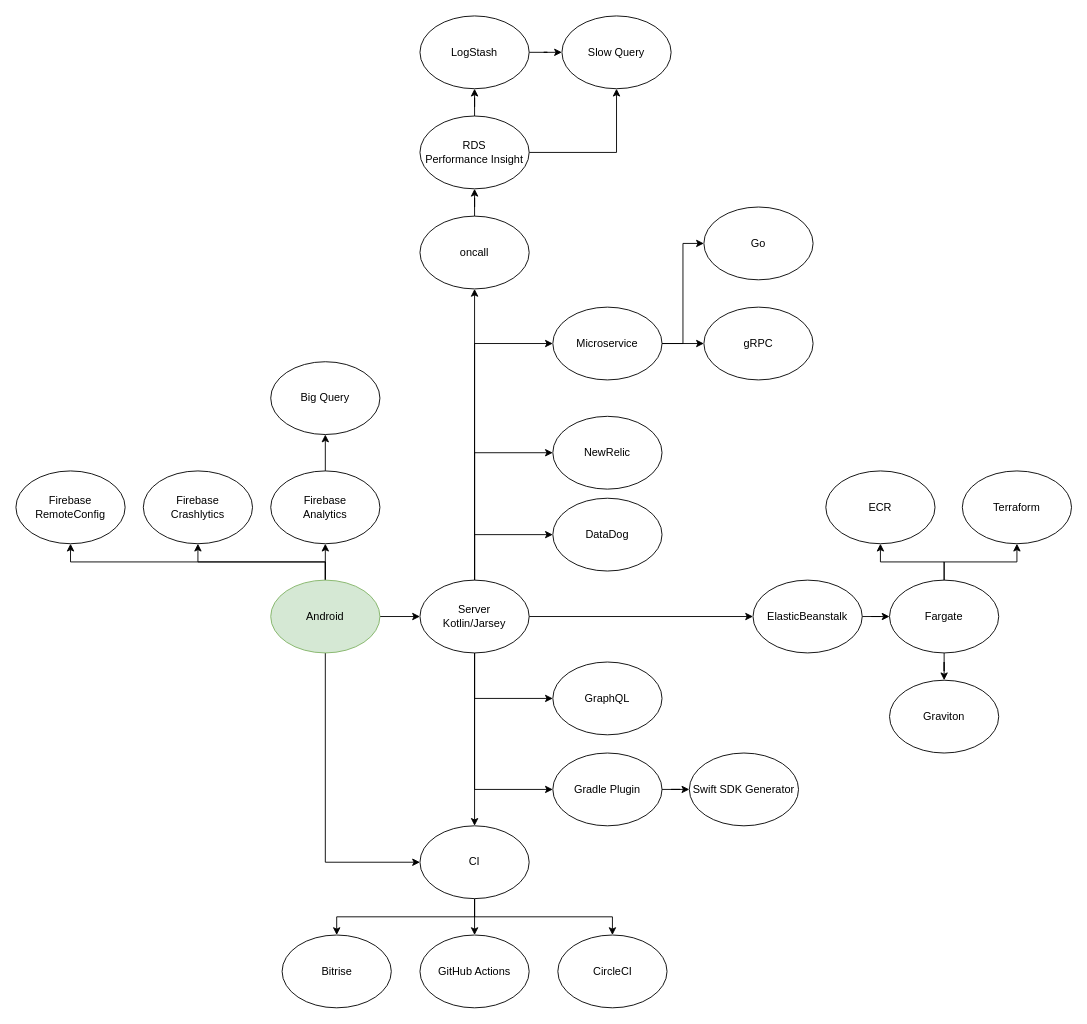
Before: develop_chart.drawio in matsudamper/matsudamper.github.io, a draw.io diagram. Source tidied: cells renumbered, new cells numbered last; positions are measured from the earlier drawing's top-left corner, leaving out a move shared by most shapes. Both pictures are drawn from the tidied source at 91%, with x=0, y=0 at pixel (15, 15).
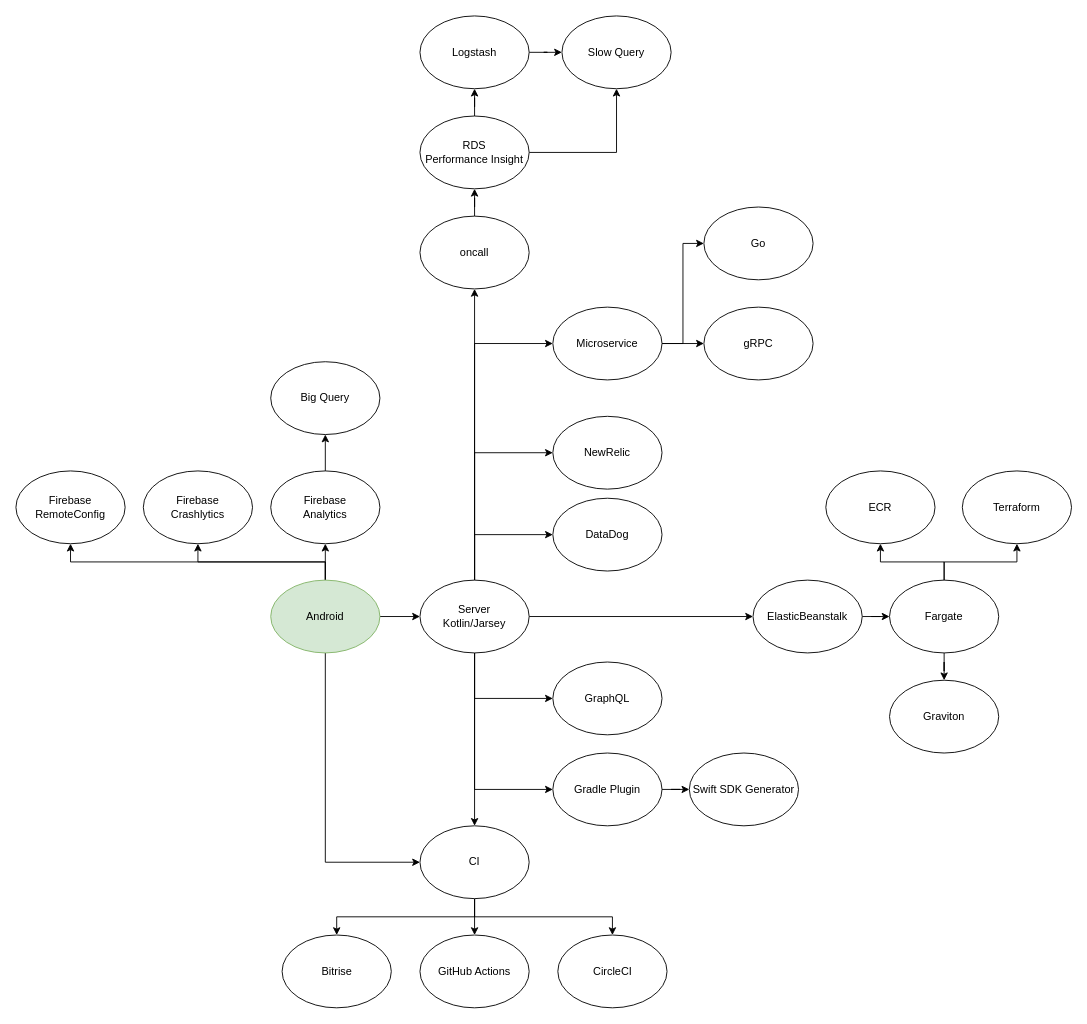
After the change.

What changed in the source:
```diff
@@
-    <mxCell id="27" value="LogStash" style="ellipse;whiteSpace=wrap;html=1;" parent="1" vertex="1">
+    <mxCell id="27" value="Logstash" style="ellipse;whiteSpace=wrap;html=1;" parent="1" vertex="1">
       <mxGeometry x="444" width="120" height="80" as="geometry" />
     </mxCell>
```
